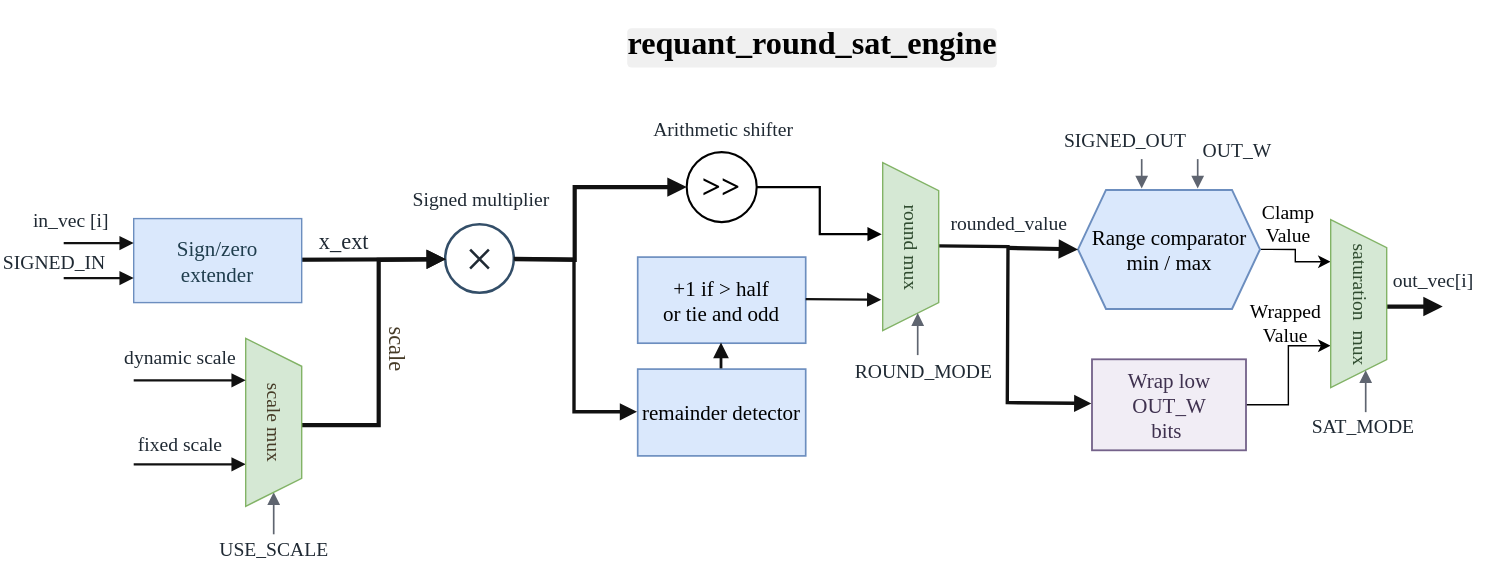
The draw.io diagram docx/presentation/thesis/drawio/fixed_point_vector_lane.svg in Elison-debug/Cmamba_reconstruct, before a commit. Source tidied: cells renumbered, new cells last; positions are measured from the earlier drawing's top-left corner, leaving out a move shared by most shapes.
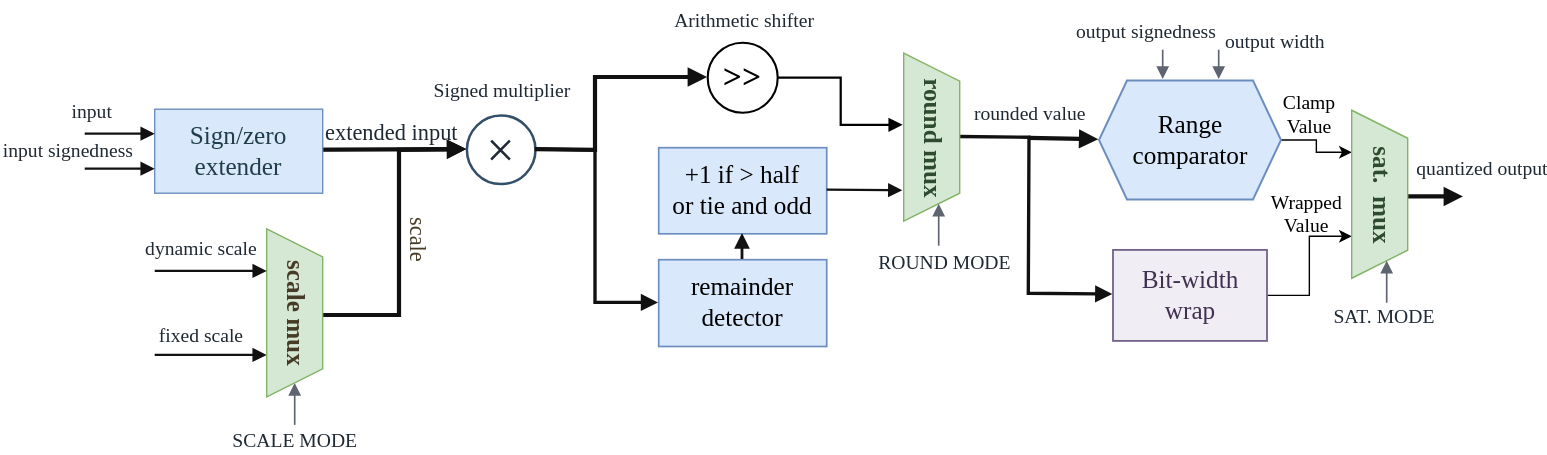
The same file after the commit.

The edit, as a diff of the source:
```diff
@@ -2,13 +2,13 @@
   <root>
     <mxCell id="0" />
     <mxCell id="1" parent="0" />
-    <mxCell id="2" value="in_vec [i]" style="text;html=1;strokeColor=none;fillColor=none;fontFamily=Times New Roman;fontSize=14;fontColor=#1f2933;align=center;" parent="1" vertex="1">
+    <mxCell id="2" value="input" style="text;html=1;strokeColor=none;fillColor=none;fontFamily=Times New Roman;fontSize=14;fontColor=#1f2933;align=center;" parent="1" vertex="1">
       <mxGeometry x="15" y="125" width="70" height="25" as="geometry" />
     </mxCell>
     <mxCell id="3" value="dynamic scale" style="text;html=1;strokeColor=none;fillColor=none;fontFamily=Times New Roman;fontSize=14;fontColor=#1f2933;align=center;" parent="1" vertex="1">
       <mxGeometry x="85" y="223" width="85" height="45" as="geometry" />
     </mxCell>
-    <mxCell id="4" value="USE_SCALE" style="text;html=1;strokeColor=none;fillColor=none;fontFamily=Times New Roman;fontSize=14;fontColor=#1f2933;align=center;" parent="1" vertex="1">
+    <mxCell id="4" value="SCALE MODE" style="text;html=1;strokeColor=none;fillColor=none;fontFamily=Times New Roman;fontSize=14;fontColor=#1f2933;align=center;" parent="1" vertex="1">
       <mxGeometry x="147.5" y="360" width="95" height="25" as="geometry" />
     </mxCell>
     <mxCell id="5" value="×" style="ellipse;whiteSpace=wrap;html=1;fillColor=#ffffff;strokeColor=#334e68;fontColor=#1f2933;fontFamily=Times New Roman;fontSize=36;strokeWidth=1.8;" parent="1" vertex="1">
@@ -23,35 +23,35 @@
     <mxCell id="8" value="Arithmetic shifter" style="text;html=1;strokeColor=none;fillColor=none;fontFamily=Times New Roman;fontSize=14;fontColor=#1f2933;align=center;" parent="1" vertex="1">
       <mxGeometry x="438" y="60" width="155" height="40" as="geometry" />
     </mxCell>
-    <mxCell id="9" value="remainder detector" style="rounded=0;whiteSpace=wrap;html=1;fillColor=#dae8fc;strokeColor=#6c8ebf;fontFamily=Times New Roman;fontSize=15;strokeWidth=1.2;" parent="1" vertex="1">
+    <mxCell id="9" value="&lt;font style=&quot;font-size: 18px;&quot;&gt;remainder detector&lt;/font&gt;" style="rounded=0;whiteSpace=wrap;html=1;fillColor=#dae8fc;strokeColor=#6c8ebf;fontFamily=Times New Roman;fontSize=15;strokeWidth=1.2;" parent="1" vertex="1">
       <mxGeometry x="455" y="245" width="120" height="62" as="geometry" />
     </mxCell>
-    <mxCell id="10" value="+1 if &gt; half&lt;br&gt;or tie and odd" style="rounded=0;whiteSpace=wrap;html=1;fillColor=#dae8fc;strokeColor=#6c8ebf;fontFamily=Times New Roman;fontSize=15;strokeWidth=1.2;" parent="1" vertex="1">
+    <mxCell id="10" value="&lt;font style=&quot;font-size: 18px;&quot;&gt;+1 if &amp;gt; half&lt;br&gt;or tie and odd&lt;/font&gt;" style="rounded=0;whiteSpace=wrap;html=1;fillColor=#dae8fc;strokeColor=#6c8ebf;fontFamily=Times New Roman;fontSize=15;strokeWidth=1.2;" parent="1" vertex="1">
       <mxGeometry x="455" y="165" width="120" height="61.5" as="geometry" />
     </mxCell>
-    <mxCell id="11" value="ROUND_MODE" style="text;html=1;strokeColor=none;fillColor=none;fontFamily=Times New Roman;fontSize=14;fontColor=#1f2933;align=center;" parent="1" vertex="1">
+    <mxCell id="11" value="ROUND MODE" style="text;html=1;strokeColor=none;fillColor=none;fontFamily=Times New Roman;fontSize=14;fontColor=#1f2933;align=center;" parent="1" vertex="1">
       <mxGeometry x="598.5" y="233" width="120" height="25" as="geometry" />
     </mxCell>
-    <mxCell id="12" value="SIGNED_OUT" style="text;html=1;strokeColor=none;fillColor=none;fontFamily=Times New Roman;fontSize=14;fontColor=#1f2933;align=center;" parent="1" vertex="1">
+    <mxCell id="12" value="output signedness" style="text;html=1;strokeColor=none;fillColor=none;fontFamily=Times New Roman;fontSize=14;fontColor=#1f2933;align=center;" parent="1" vertex="1">
       <mxGeometry x="745" y="67.5" width="115" height="25" as="geometry" />
     </mxCell>
     <mxCell id="13" style="edgeStyle=orthogonalEdgeStyle;rounded=0;jettySize=auto;html=1;exitX=1;exitY=0.5;exitDx=0;exitDy=0;entryX=0.25;entryY=1;entryDx=0;entryDy=0;" parent="1" edge="1" source="14" target="48">
       <mxGeometry relative="1" as="geometry" />
     </mxCell>
-    <mxCell id="14" value="Range comparator&lt;br&gt;min / max" style="shape=hexagon;perimeter=hexagonPerimeter2;whiteSpace=wrap;html=1;fixedSize=1;fillColor=#dae8fc;strokeColor=#6c8ebf;fontFamily=Times New Roman;fontSize=15;strokeWidth=1.4;" parent="1" vertex="1">
+    <mxCell id="14" value="&lt;font style=&quot;font-size: 18px;&quot;&gt;Range comparator&lt;/font&gt;" style="shape=hexagon;perimeter=hexagonPerimeter2;whiteSpace=wrap;html=1;fixedSize=1;fillColor=#dae8fc;strokeColor=#6c8ebf;fontFamily=Times New Roman;fontSize=15;strokeWidth=1.4;" parent="1" vertex="1">
       <mxGeometry x="769.5" y="117" width="130" height="85" as="geometry" />
     </mxCell>
     <mxCell id="15" style="edgeStyle=orthogonalEdgeStyle;rounded=0;jettySize=auto;html=1;exitX=1;exitY=0.5;exitDx=0;exitDy=0;entryX=0.75;entryY=1;entryDx=0;entryDy=0;" parent="1" edge="1" source="16" target="48">
       <mxGeometry relative="1" as="geometry" />
     </mxCell>
-    <mxCell id="16" value="Wrap low OUT_W&lt;br&gt;bits&amp;nbsp;" style="rounded=0;whiteSpace=wrap;html=1;fillColor=#f1edf5;strokeColor=#74628a;fontColor=#3f314f;fontFamily=Times New Roman;fontSize=15;strokeWidth=1.3;" parent="1" vertex="1">
+    <mxCell id="16" value="&lt;font style=&quot;font-size: 18px;&quot;&gt;Bit-width wrap&lt;/font&gt;" style="rounded=0;whiteSpace=wrap;html=1;fillColor=#f1edf5;strokeColor=#74628a;fontColor=#3f314f;fontFamily=Times New Roman;fontSize=15;strokeWidth=1.3;" parent="1" vertex="1">
       <mxGeometry x="779.5" y="238" width="110" height="65" as="geometry" />
     </mxCell>
-    <mxCell id="17" value="SAT_MODE" style="text;html=1;strokeColor=none;fillColor=none;fontFamily=Times New Roman;fontSize=14;fontColor=#1f2933;align=center;" parent="1" vertex="1">
+    <mxCell id="17" value="SAT. MODE" style="text;html=1;strokeColor=none;fillColor=none;fontFamily=Times New Roman;fontSize=14;fontColor=#1f2933;align=center;" parent="1" vertex="1">
       <mxGeometry x="923" y="271.8" width="100" height="25" as="geometry" />
     </mxCell>
-    <mxCell id="18" value="out_vec[i]" style="text;html=1;strokeColor=none;fillColor=none;fontFamily=Times New Roman;fontSize=14;fontColor=#1f2933;align=center;" parent="1" vertex="1">
-      <mxGeometry x="980" y="168.2" width="85" height="45" as="geometry" />
+    <mxCell id="18" value="quantized output" style="text;html=1;strokeColor=none;fillColor=none;fontFamily=Times New Roman;fontSize=14;fontColor=#1f2933;align=center;" parent="1" vertex="1">
+      <mxGeometry x="1000" y="165.8" width="85" height="45" as="geometry" />
     </mxCell>
     <mxCell id="19" style="endArrow=block;html=1;rounded=0;strokeColor=#111111;strokeWidth=1.6;entryX=0.75;entryY=1;entryDx=0;entryDy=0;" parent="1" edge="1" target="30">
       <mxGeometry relative="1" as="geometry">
@@ -136,14 +136,14 @@
         <mxPoint x="175" y="253" as="targetPoint" />
       </mxGeometry>
     </mxCell>
-    <mxCell id="33" value="scale mux" style="text;html=1;strokeColor=none;fillColor=none;fontFamily=Times New Roman;fontSize=14;fontColor=#463b27;align=center;rotation=90;" parent="1" vertex="1">
-      <mxGeometry x="152.5" y="270.5" width="90" height="25" as="geometry" />
+    <mxCell id="33" value="&lt;font style=&quot;font-size: 18px;&quot;&gt;&lt;b&gt;scale mux&lt;/b&gt;&lt;/font&gt;" style="text;html=1;strokeColor=none;fillColor=none;fontFamily=Times New Roman;fontSize=14;fontColor=#463b27;align=center;rotation=90;" parent="1" vertex="1">
+      <mxGeometry x="155.5" y="270.5" width="90" height="25" as="geometry" />
     </mxCell>
-    <mxCell id="34" value="&lt;span style=&quot;color: rgb(31, 61, 77); font-family: &amp;quot;Times New Roman&amp;quot;; font-size: 15px;&quot;&gt;Sign/zero&lt;/span&gt;&lt;br style=&quot;color: rgb(31, 61, 77); font-family: &amp;quot;Times New Roman&amp;quot;; font-size: 15px;&quot;&gt;&lt;span style=&quot;color: rgb(31, 61, 77); font-family: &amp;quot;Times New Roman&amp;quot;; font-size: 15px;&quot;&gt;extender&lt;/span&gt;" style="rounded=0;whiteSpace=wrap;html=1;fillColor=#dae8fc;strokeColor=#6c8ebf;" parent="1" vertex="1">
+    <mxCell id="34" value="&lt;font style=&quot;font-size: 18px;&quot;&gt;&lt;span style=&quot;color: rgb(31, 61, 77); font-family: &amp;quot;Times New Roman&amp;quot;;&quot;&gt;Sign/zero&lt;/span&gt;&lt;br style=&quot;color: rgb(31, 61, 77); font-family: &amp;quot;Times New Roman&amp;quot;;&quot;&gt;&lt;span style=&quot;color: rgb(31, 61, 77); font-family: &amp;quot;Times New Roman&amp;quot;;&quot;&gt;extender&lt;/span&gt;&lt;/font&gt;" style="rounded=0;whiteSpace=wrap;html=1;fillColor=#dae8fc;strokeColor=#6c8ebf;" parent="1" vertex="1">
       <mxGeometry x="95" y="137.5" width="120" height="60" as="geometry" />
     </mxCell>
-    <mxCell id="35" value="&lt;span style=&quot;color: rgb(31, 41, 51); font-family: &amp;quot;Times New Roman&amp;quot;; font-style: normal; font-variant-ligatures: normal; font-variant-caps: normal; font-weight: 400; letter-spacing: normal; orphans: 2; text-align: center; text-indent: 0px; text-transform: none; widows: 2; word-spacing: 0px; -webkit-text-stroke-width: 0px; white-space: nowrap; text-decoration-thickness: initial; text-decoration-style: initial; text-decoration-color: initial; float: none; display: inline !important;&quot;&gt;SIGNED_IN&lt;/span&gt;" style="text;whiteSpace=wrap;html=1;fontSize=14;" parent="1" vertex="1">
-      <mxGeometry y="154" width="85" height="25" as="geometry" />
+    <mxCell id="35" value="&lt;span style=&quot;color: rgb(31, 41, 51); font-family: &amp;quot;Times New Roman&amp;quot;; font-style: normal; font-variant-ligatures: normal; font-variant-caps: normal; font-weight: 400; letter-spacing: normal; orphans: 2; text-align: center; text-indent: 0px; text-transform: none; widows: 2; word-spacing: 0px; -webkit-text-stroke-width: 0px; white-space: nowrap; text-decoration-thickness: initial; text-decoration-style: initial; text-decoration-color: initial; float: none; display: inline !important;&quot;&gt;input signedness&lt;/span&gt;" style="text;whiteSpace=wrap;html=1;fontSize=14;" parent="1" vertex="1">
+      <mxGeometry x="-15" y="152" width="100" height="25" as="geometry" />
     </mxCell>
     <mxCell id="36" style="endArrow=block;html=1;rounded=0;strokeColor=#111111;strokeWidth=1.6;entryX=0.75;entryY=1;entryDx=0;entryDy=0;" parent="1" edge="1">
       <mxGeometry relative="1" as="geometry">
@@ -157,8 +157,8 @@
         <mxPoint x="95" y="180" as="targetPoint" />
       </mxGeometry>
     </mxCell>
-    <mxCell id="38" value="x_ext" style="text;html=1;strokeColor=none;fillColor=none;fontFamily=Times New Roman;fontSize=16;fontColor=#1f2933;align=center;" parent="1" vertex="1">
-      <mxGeometry x="210" y="137.5" width="70" height="25" as="geometry" />
+    <mxCell id="38" value="extended input" style="text;html=1;strokeColor=none;fillColor=none;fontFamily=Times New Roman;fontSize=16;fontColor=#1f2933;align=center;" parent="1" vertex="1">
+      <mxGeometry x="229" y="137.5" width="70" height="25" as="geometry" />
     </mxCell>
     <mxCell id="39" value="&lt;font&gt;scale&amp;nbsp;&lt;/font&gt;" style="text;html=1;strokeColor=none;fillColor=none;fontFamily=Times New Roman;fontSize=16;fontColor=#463b27;align=center;rotation=90;" parent="1" vertex="1">
       <mxGeometry x="242.5" y="220" width="90" height="25" as="geometry" />
@@ -166,8 +166,8 @@
     <mxCell id="40" style="shape=trapezoid;perimeter=trapezoidPerimeter;whiteSpace=wrap;html=1;fixedSize=1;rotation=90;fillColor=#d5e8d4;strokeColor=#82b366;" parent="1" vertex="1">
       <mxGeometry x="590" y="137.5" width="120" height="40" as="geometry" />
     </mxCell>
-    <mxCell id="41" value="round mux" style="text;html=1;strokeColor=none;fillColor=none;fontFamily=Times New Roman;fontSize=14;fontColor=#2f4b2f;align=center;rotation=90;" parent="1" vertex="1">
-      <mxGeometry x="605.5" y="145" width="95" height="25" as="geometry" />
+    <mxCell id="41" value="&lt;font style=&quot;font-size: 18px;&quot;&gt;&lt;b&gt;round mux&lt;/b&gt;&lt;/font&gt;" style="text;html=1;strokeColor=none;fillColor=none;fontFamily=Times New Roman;fontSize=14;fontColor=#2f4b2f;align=center;rotation=90;" parent="1" vertex="1">
+      <mxGeometry x="608.5" y="145" width="95" height="25" as="geometry" />
     </mxCell>
     <mxCell id="42" style="endArrow=block;html=1;rounded=0;strokeColor=#5f6570;strokeWidth=1.2;entryX=1;entryY=0.5;entryDx=0;entryDy=0;" parent="1" edge="1">
       <mxGeometry relative="1" as="geometry">
@@ -184,11 +184,11 @@
     <mxCell id="44" style="edgeStyle=orthogonalEdgeStyle;rounded=0;jettySize=auto;html=1;exitX=1;exitY=0.5;exitDx=0;exitDy=0;entryX=0.426;entryY=1.018;entryDx=0;entryDy=0;entryPerimeter=0;strokeWidth=1.6;endArrow=block;endFill=1;" parent="1" edge="1" source="7" target="40">
       <mxGeometry relative="1" as="geometry" />
     </mxCell>
-    <mxCell id="45" value="rounded_value" style="text;html=1;strokeColor=none;fillColor=none;fontFamily=Times New Roman;fontSize=14;fontColor=#1f2933;align=center;" parent="1" vertex="1">
+    <mxCell id="45" value="rounded value" style="text;html=1;strokeColor=none;fillColor=none;fontFamily=Times New Roman;fontSize=14;fontColor=#1f2933;align=center;" parent="1" vertex="1">
       <mxGeometry x="685" y="127" width="70" height="25" as="geometry" />
     </mxCell>
-    <mxCell id="46" value="OUT_W" style="text;html=1;strokeColor=none;fillColor=none;fontFamily=Times New Roman;fontSize=14;fontColor=#1f2933;align=center;" parent="1" vertex="1">
-      <mxGeometry x="825" y="75" width="115" height="25" as="geometry" />
+    <mxCell id="46" value="output width" style="text;html=1;strokeColor=none;fillColor=none;fontFamily=Times New Roman;fontSize=14;fontColor=#1f2933;align=center;" parent="1" vertex="1">
+      <mxGeometry x="850" y="75" width="90" height="25" as="geometry" />
     </mxCell>
     <mxCell id="47" style="endArrow=block;html=1;rounded=0;strokeColor=#5f6570;strokeWidth=1.2;" parent="1" edge="1">
       <mxGeometry relative="1" as="geometry">
@@ -199,8 +199,8 @@
     <mxCell id="48" style="shape=trapezoid;perimeter=trapezoidPerimeter;whiteSpace=wrap;html=1;fixedSize=1;rotation=90;fillColor=#d5e8d4;strokeColor=#82b366;" parent="1" vertex="1">
       <mxGeometry x="910" y="178.2" width="120" height="40" as="geometry" />
     </mxCell>
-    <mxCell id="49" value="saturation&amp;nbsp; mux" style="text;html=1;strokeColor=none;fillColor=none;fontFamily=Times New Roman;fontSize=14;fontColor=#2f4b2f;align=center;rotation=90;" parent="1" vertex="1">
-      <mxGeometry x="925.5" y="185.8" width="95" height="25" as="geometry" />
+    <mxCell id="49" value="&lt;font style=&quot;font-size: 18px;&quot;&gt;&lt;b&gt;sat.&amp;nbsp; mux&lt;/b&gt;&lt;/font&gt;" style="text;html=1;strokeColor=none;fillColor=none;fontFamily=Times New Roman;fontSize=14;fontColor=#2f4b2f;align=center;rotation=90;" parent="1" vertex="1">
+      <mxGeometry x="928.5" y="185.8" width="95" height="25" as="geometry" />
     </mxCell>
     <mxCell id="50" style="endArrow=block;html=1;rounded=0;strokeColor=#5f6570;strokeWidth=1.2;entryX=1;entryY=0.5;entryDx=0;entryDy=0;" parent="1" edge="1">
       <mxGeometry relative="1" as="geometry">
@@ -208,9 +208,6 @@
         <mxPoint x="975" y="245.8" as="targetPoint" />
       </mxGeometry>
     </mxCell>
-    <mxCell id="51" value="&lt;h2 id=&quot;2-requant_round_sat_engine-hardware-architecture&quot; style=&quot;font-family: &amp;quot;Times New Roman&amp;quot;; --tw-border-spacing-x: 0; --tw-border-spacing-y: 0; --tw-translate-x: 0; --tw-translate-y: 0; --tw-rotate: 0; --tw-skew-x: 0; --tw-skew-y: 0; --tw-scale-x: 1; --tw-scale-y: 1; --tw-pan-x: ; --tw-pan-y: ; --tw-pinch-zoom: ; --tw-scroll-snap-strictness: proximity; --tw-gradient-from-position: ; --tw-gradient-via-position: ; --tw-gradient-to-position: ; --tw-ordinal: ; --tw-slashed-zero: ; --tw-numeric-figure: ; --tw-numeric-spacing: ; --tw-numeric-fraction: ; --tw-ring-inset: ; --tw-ring-offset-width: 0px; --tw-ring-offset-color: #fff; --tw-ring-color: rgb(59 130 246 / .5); --tw-ring-offset-shadow: 0 0 #0000; --tw-ring-shadow: 0 0 #0000; --tw-shadow: 0 0 #0000; --tw-shadow-colored: 0 0 #0000; --tw-blur: ; --tw-brightness: ; --tw-contrast: ; --tw-grayscale: ; --tw-hue-rotate: ; --tw-invert: ; --tw-saturate: ; --tw-sepia: ; --tw-drop-shadow: ; --tw-backdrop-blur: ; --tw-backdrop-brightness: ; --tw-backdrop-contrast: ; --tw-backdrop-grayscale: ; --tw-backdrop-hue-rotate: ; --tw-backdrop-invert: ; --tw-backdrop-opacity: ; --tw-backdrop-saturate: ; --tw-backdrop-sepia: ; --tw-contain-size: ; --tw-contain-layout: ; --tw-contain-paint: ; --tw-contain-style: ; line-height: 1.2; margin-top: 1em; margin-bottom: 16px; padding-bottom: 0.3em; text-align: start; background-color: rgb(255, 255, 255); color: rgb(0, 0, 0);&quot;&gt;&lt;code style=&quot;background-color: rgb(240, 240, 240); padding: 0.2em 0px; border-radius: 3px; --tw-border-spacing-x: 0; --tw-border-spacing-y: 0; --tw-translate-x: 0; --tw-translate-y: 0; --tw-rotate: 0; --tw-skew-x: 0; --tw-skew-y: 0; --tw-scale-x: 1; --tw-scale-y: 1; --tw-pan-x: ; --tw-pan-y: ; --tw-pinch-zoom: ; --tw-scroll-snap-strictness: proximity; --tw-gradient-from-position: ; --tw-gradient-via-position: ; --tw-gradient-to-position: ; --tw-ordinal: ; --tw-slashed-zero: ; --tw-numeric-figure: ; --tw-numeric-spacing: ; --tw-numeric-fraction: ; --tw-ring-inset: ; --tw-ring-offset-width: 0px; --tw-ring-offset-color: #fff; --tw-ring-color: rgb(59 130 246 / .5); --tw-ring-offset-shadow: 0 0 #0000; --tw-ring-shadow: 0 0 #0000; --tw-shadow: 0 0 #0000; --tw-shadow-colored: 0 0 #0000; --tw-blur: ; --tw-brightness: ; --tw-contrast: ; --tw-grayscale: ; --tw-hue-rotate: ; --tw-invert: ; --tw-saturate: ; --tw-sepia: ; --tw-drop-shadow: ; --tw-backdrop-blur: ; --tw-backdrop-brightness: ; --tw-backdrop-contrast: ; --tw-backdrop-grayscale: ; --tw-backdrop-hue-rotate: ; --tw-backdrop-invert: ; --tw-backdrop-opacity: ; --tw-backdrop-saturate: ; --tw-backdrop-sepia: ; --tw-contain-size: ; --tw-contain-layout: ; --tw-contain-paint: ; --tw-contain-style: ;&quot;&gt;&lt;font face=&quot;Times New Roman&quot; style=&quot;font-size: 23px;&quot;&gt;requant_round_sat_engine&lt;/font&gt;&lt;/code&gt;&lt;/h2&gt;" style="text;html=1;whiteSpace=wrap;strokeColor=none;fillColor=none;align=center;verticalAlign=middle;rounded=0;" parent="1" vertex="1">
-      <mxGeometry x="450" width="260" height="30" as="geometry" />
-    </mxCell>
     <mxCell id="52" value="Clamp Value" style="text;html=1;whiteSpace=wrap;strokeColor=none;fillColor=none;align=center;verticalAlign=middle;rounded=0;fontFamily=Times New Roman;fontSize=14;" parent="1" vertex="1">
       <mxGeometry x="889.5" y="127" width="60" height="30" as="geometry" />
     </mxCell>
```
